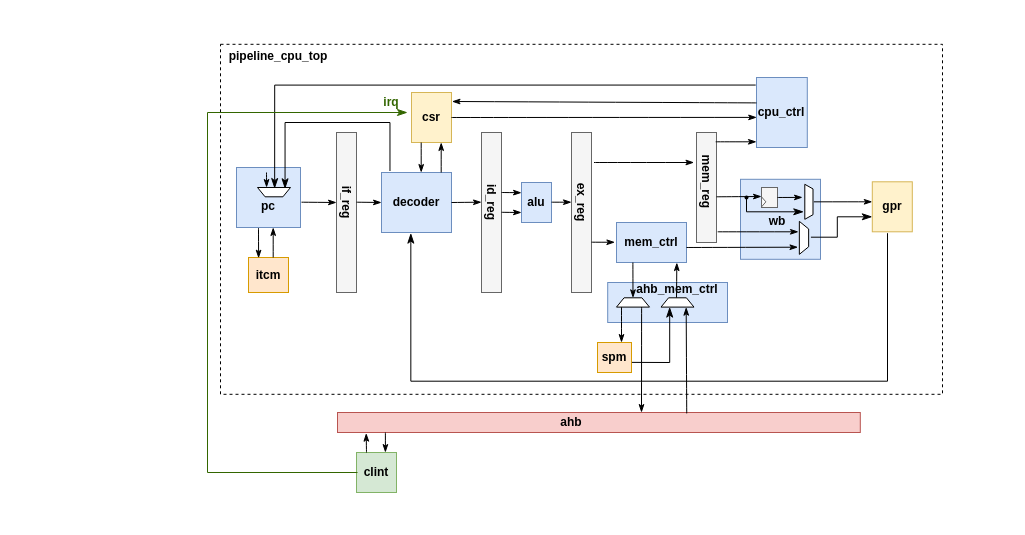
Before: notes/ahb_cpu.drawio in meosii/siiCpu, a draw.io diagram. Source tidied: cells renumbered, new cells numbered last; positions are measured from the earlier drawing's top-left corner, leaving out a move shared by most shapes. Both pictures are drawn from the tidied source at 100%, with x=0, y=0 at pixel (207, 44).
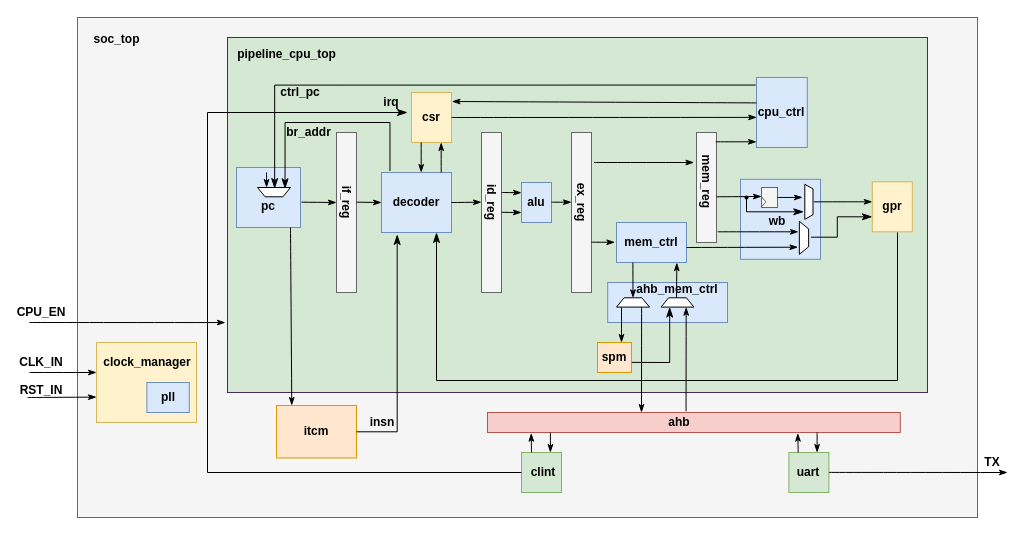
After the change.

The change refers to these unchanged cells:
```xml
<mxCell id="9" style="rounded=0;whiteSpace=wrap;html=1;fontStyle=0;fillColor=#dae8fc;strokeColor=#6c8ebf;" parent="1" vertex="1">
  <mxGeometry x="174" y="128" width="70" height="60" as="geometry" />
</mxCell>
<mxCell id="72" style="verticalLabelPosition=middle;verticalAlign=middle;html=1;shape=trapezoid;perimeter=trapezoidPerimeter;whiteSpace=wrap;size=0.23;arcSize=10;flipV=1;labelPosition=center;align=center;rotation=-180;" parent="1" vertex="1">
  <mxGeometry x="453.5" y="253.3" width="33" height="9.3" as="geometry" />
</mxCell>
```

Diff of the diagram source:
```diff
@@
+    <mxCell id="84" style="rounded=0;whiteSpace=wrap;html=1;fontStyle=0;fillColor=#f5f5f5;strokeColor=#666666;fontColor=#333333;" parent="1" vertex="1">
+      <mxGeometry x="-130" y="-27" width="900" height="500" as="geometry" />
+    </mxCell>
+    <mxCell id="85" style="rounded=0;whiteSpace=wrap;html=1;fontStyle=0;fillColor=#D5E8D4;strokeColor=#432D57;fontColor=#ffffff;" parent="1" vertex="1">
+      <mxGeometry x="20" y="-7" width="700" height="355" as="geometry" />
+    </mxCell>
     <mxCell id="2" style="rounded=0;whiteSpace=wrap;html=1;fontStyle=0;fillColor=#f8cecc;strokeColor=#b85450;" parent="1" vertex="1">
-      <mxGeometry x="130" y="368" width="522.8" height="20" as="geometry" />
+      <mxGeometry x="280" y="368" width="412.8" height="20" as="geometry" />
     </mxCell>
@@
-    <mxCell id="4" style="rounded=0;whiteSpace=wrap;html=1;shadow=0;glass=0;strokeWidth=1;dashed=1;fillColor=none;" parent="1" vertex="1">
-      <mxGeometry x="13" y="-0.2" width="722" height="350" as="geometry" />
-    </mxCell>
@@
     <mxCell id="25" value="ahb" style="text;strokeColor=none;align=center;fillColor=none;html=1;verticalAlign=middle;whiteSpace=wrap;rounded=0;fontStyle=1;" parent="1" vertex="1">
-      <mxGeometry x="334" y="368" width="60" height="20" as="geometry" />
+      <mxGeometry x="442" y="368" width="60" height="20" as="geometry" />
     </mxCell>
@@
-    <mxCell id="34" style="endArrow=classicThin;html=1;curved=1;rounded=0;endFill=1;entryX=0.237;entryY=1.014;entryDx=0;entryDy=0;entryPerimeter=0;exitX=0.668;exitY=0.045;exitDx=0;exitDy=0;exitPerimeter=0;" parent="1" edge="1" source="2" target="72">
+    <mxCell id="34" style="endArrow=classicThin;html=1;curved=1;rounded=0;endFill=1;entryX=0.237;entryY=1.014;entryDx=0;entryDy=0;entryPerimeter=0;exitX=0.481;exitY=-0.063;exitDx=0;exitDy=0;exitPerimeter=0;" parent="1" edge="1" source="2" target="72">
       <mxGeometry relative="1" as="geometry" />
     </mxCell>
@@
-    <mxCell id="61" value="irq" style="text;strokeColor=none;align=center;fillColor=none;html=1;verticalAlign=middle;whiteSpace=wrap;rounded=0;fontStyle=1;fontColor=#336600;" parent="1" vertex="1">
+    <mxCell id="61" value="&lt;font color=&quot;#000000&quot;&gt;irq&lt;/font&gt;" style="text;strokeColor=none;align=center;fillColor=none;html=1;verticalAlign=middle;whiteSpace=wrap;rounded=0;fontStyle=1;fontColor=#336600;" parent="1" vertex="1">
       <mxGeometry x="169" y="48" width="30" height="20" as="geometry" />
     </mxCell>
@@
     <mxCell id="64" style="rounded=0;whiteSpace=wrap;html=1;fontStyle=0;fillColor=#ffe6cc;strokeColor=#d79b00;" parent="1" vertex="1">
-      <mxGeometry x="41" y="213" width="40" height="35" as="geometry" />
+      <mxGeometry x="69" y="361" width="80" height="52.5" as="geometry" />
     </mxCell>
     <mxCell id="65" value="itcm" style="text;strokeColor=none;align=center;fillColor=none;html=1;verticalAlign=middle;whiteSpace=wrap;rounded=0;fontStyle=1;" parent="1" vertex="1">
-      <mxGeometry x="46" y="220.5" width="30" height="20" as="geometry" />
+      <mxGeometry x="94" y="377.2" width="30" height="20" as="geometry" />
     </mxCell>
-    <mxCell id="66" style="endArrow=classicThin;html=1;curved=1;rounded=0;endFill=1;entryX=0.029;entryY=0;entryDx=0;entryDy=0;entryPerimeter=0;" parent="1" edge="1">
+    <mxCell id="66" style="endArrow=classicThin;html=1;curved=1;rounded=0;endFill=1;entryX=0.191;entryY=-0.001;entryDx=0;entryDy=0;entryPerimeter=0;" parent="1" edge="1" target="64">
       <mxGeometry relative="1" as="geometry">
-        <mxPoint x="51" y="183.7" as="sourcePoint" />
-        <mxPoint x="51.1" y="213.7" as="targetPoint" />
+        <mxPoint x="83" y="183" as="sourcePoint" />
       </mxGeometry>
     </mxCell>
-    <mxCell id="67" style="endArrow=classicThin;html=1;curved=1;rounded=0;endFill=1;entryX=0.118;entryY=0.5;entryDx=0;entryDy=0;entryPerimeter=0;" parent="1" edge="1">
-      <mxGeometry relative="1" as="geometry">
-        <mxPoint x="65.7" y="213" as="sourcePoint" />
-        <mxPoint x="65.7" y="183" as="targetPoint" />
-      </mxGeometry>
-    </mxCell>
     <mxCell id="68" value="pipeline_cpu_top" style="text;strokeColor=none;align=center;fillColor=none;html=1;verticalAlign=middle;whiteSpace=wrap;rounded=0;fontStyle=1;" parent="1" vertex="1">
-      <mxGeometry x="41" y="2.3" width="60" height="20" as="geometry" />
+      <mxGeometry x="20" y="-2" width="119" height="24.3" as="geometry" />
     </mxCell>
@@
-    <mxCell id="78" style="edgeStyle=elbowEdgeStyle;elbow=vertical;endArrow=classicThin;html=1;curved=0;rounded=0;endSize=8;startSize=8;endFill=1;entryX=0.419;entryY=1.011;entryDx=0;entryDy=0;entryPerimeter=0;" parent="1" edge="1" target="9">
+    <mxCell id="78" style="edgeStyle=elbowEdgeStyle;elbow=vertical;endArrow=classicThin;html=1;curved=0;rounded=0;endSize=8;startSize=8;endFill=1;entryX=0.419;entryY=1.011;entryDx=0;entryDy=0;entryPerimeter=0;" parent="1" edge="1">
       <mxGeometry relative="1" as="geometry">
-        <mxPoint x="680" y="188.7" as="sourcePoint" />
+        <mxPoint x="690" y="188" as="sourcePoint" />
+        <mxPoint x="229" y="188" as="targetPoint" />
         <Array as="points">
-          <mxPoint x="240" y="336.7" />
+          <mxPoint x="265.7" y="336" />
         </Array>
       </mxGeometry>
     </mxCell>
     <mxCell id="79" style="rounded=0;whiteSpace=wrap;html=1;fontStyle=0;fillColor=#d5e8d4;strokeColor=#82b366;" parent="1" vertex="1">
-      <mxGeometry x="149" y="408" width="40" height="40" as="geometry" />
+      <mxGeometry x="314" y="408" width="40" height="40" as="geometry" />
     </mxCell>
     <mxCell id="80" value="clint" style="text;strokeColor=none;align=center;fillColor=none;html=1;verticalAlign=middle;whiteSpace=wrap;rounded=0;fontStyle=1;" parent="1" vertex="1">
-      <mxGeometry x="139" y="418" width="60" height="20" as="geometry" />
+      <mxGeometry x="314" y="418" width="44" height="20" as="geometry" />
     </mxCell>
     <mxCell id="81" style="endArrow=classicThin;html=1;curved=1;rounded=0;endFill=1;entryX=0.095;entryY=1.035;entryDx=0;entryDy=0;entryPerimeter=0;exitX=0.25;exitY=0;exitDx=0;exitDy=0;" parent="1" edge="1" source="79">
       <mxGeometry relative="1" as="geometry">
-        <mxPoint x="158.7" y="388.7" as="targetPoint" />
+        <mxPoint x="323.7" y="388.7" as="targetPoint" />
       </mxGeometry>
     </mxCell>
     <mxCell id="82" style="endArrow=classicThin;html=1;curved=1;rounded=0;endFill=1;entryX=0.5;entryY=1;entryDx=0;entryDy=0;exitX=0.25;exitY=0;exitDx=0;exitDy=0;" parent="1" edge="1">
       <mxGeometry relative="1" as="geometry">
-        <mxPoint x="177.9" y="388" as="sourcePoint" />
-        <mxPoint x="177.9" y="408" as="targetPoint" />
+        <mxPoint x="342.9" y="388" as="sourcePoint" />
+        <mxPoint x="342.9" y="408" as="targetPoint" />
       </mxGeometry>
     </mxCell>
-    <mxCell id="83" style="edgeStyle=elbowEdgeStyle;elbow=horizontal;endArrow=classicThin;html=1;curved=0;rounded=0;endSize=8;startSize=8;endFill=1;strokeColor=#336600;" parent="1" edge="1">
+    <mxCell id="83" style="edgeStyle=elbowEdgeStyle;elbow=horizontal;endArrow=classicThin;html=1;curved=0;rounded=0;endSize=8;startSize=8;endFill=1;strokeColor=#000000;" parent="1" edge="1" source="80">
       <mxGeometry relative="1" as="geometry">
-        <mxPoint x="150" y="428" as="sourcePoint" />
         <mxPoint x="200" y="68" as="targetPoint" />
         <Array as="points">
           <mxPoint y="248" />
         </Array>
       </mxGeometry>
     </mxCell>
+    <mxCell id="86" style="rounded=0;whiteSpace=wrap;html=1;fontStyle=0;fillColor=#d5e8d4;strokeColor=#82b366;" parent="1" vertex="1">
+      <mxGeometry x="581.4" y="408" width="40" height="40" as="geometry" />
+    </mxCell>
+    <mxCell id="87" style="endArrow=classicThin;html=1;curved=1;rounded=0;endFill=1;entryX=0.095;entryY=1.035;entryDx=0;entryDy=0;entryPerimeter=0;exitX=0.25;exitY=0;exitDx=0;exitDy=0;" parent="1" edge="1">
+      <mxGeometry relative="1" as="geometry">
+        <mxPoint x="590.7" y="408" as="sourcePoint" />
+        <mxPoint x="590.3" y="388.7" as="targetPoint" />
+      </mxGeometry>
+    </mxCell>
+    <mxCell id="88" style="endArrow=classicThin;html=1;curved=1;rounded=0;endFill=1;entryX=0.5;entryY=1;entryDx=0;entryDy=0;exitX=0.25;exitY=0;exitDx=0;exitDy=0;" parent="1" edge="1">
+      <mxGeometry relative="1" as="geometry">
+        <mxPoint x="609.6" y="388" as="sourcePoint" />
+        <mxPoint x="609.6" y="408" as="targetPoint" />
+      </mxGeometry>
+    </mxCell>
+    <mxCell id="89" value="uart" style="text;strokeColor=none;align=center;fillColor=none;html=1;verticalAlign=middle;whiteSpace=wrap;rounded=0;fontStyle=1;" parent="1" vertex="1">
+      <mxGeometry x="571.4" y="418" width="60" height="20" as="geometry" />
+    </mxCell>
+    <mxCell id="90" style="endArrow=classicThin;html=1;curved=1;rounded=0;endFill=1;exitX=1;exitY=0.5;exitDx=0;exitDy=0;fillColor=#e1d5e7;strokeColor=#000000;" parent="1" edge="1">
+      <mxGeometry relative="1" as="geometry">
+        <mxPoint x="621.4" y="427.9" as="sourcePoint" />
+        <mxPoint x="800" y="428" as="targetPoint" />
+      </mxGeometry>
+    </mxCell>
+    <mxCell id="91" value="TX" style="text;strokeColor=none;align=center;fillColor=none;html=1;verticalAlign=middle;whiteSpace=wrap;rounded=0;fontStyle=1;" parent="1" vertex="1">
+      <mxGeometry x="770" y="408" width="30" height="20" as="geometry" />
+    </mxCell>
+    <mxCell id="92" style="rounded=0;whiteSpace=wrap;html=1;fontStyle=0;fillColor=#fff2cc;strokeColor=#d6b656;" parent="1" vertex="1">
+      <mxGeometry x="-111" y="298" width="100" height="80" as="geometry" />
+    </mxCell>
+    <mxCell id="93" value="clock_manager" style="text;strokeColor=none;align=center;fillColor=none;html=1;verticalAlign=middle;whiteSpace=wrap;rounded=0;fontStyle=1;" parent="1" vertex="1">
+      <mxGeometry x="-100.6" y="303" width="82.3" height="30" as="geometry" />
+    </mxCell>
+    <mxCell id="94" style="edgeStyle=segmentEdgeStyle;endArrow=classicThin;html=1;curved=0;rounded=0;endSize=8;startSize=8;entryX=0.224;entryY=1.033;entryDx=0;entryDy=0;entryPerimeter=0;endFill=1;" parent="1" edge="1" source="64" target="9">
+      <mxGeometry relative="1" as="geometry" />
+    </mxCell>
+    <mxCell id="95" value="&lt;font color=&quot;#000000&quot;&gt;insn&lt;/font&gt;" style="text;strokeColor=none;align=center;fillColor=none;html=1;verticalAlign=middle;whiteSpace=wrap;rounded=0;fontStyle=1;fontColor=#336600;" parent="1" vertex="1">
+      <mxGeometry x="160" y="368" width="30" height="20" as="geometry" />
+    </mxCell>
+    <mxCell id="96" value="&lt;font color=&quot;#000000&quot;&gt;br_addr&lt;/font&gt;" style="text;strokeColor=none;align=center;fillColor=none;html=1;verticalAlign=middle;whiteSpace=wrap;rounded=0;fontStyle=1;fontColor=#336600;" parent="1" vertex="1">
+      <mxGeometry x="83" y="78" width="37" height="20" as="geometry" />
+    </mxCell>
+    <mxCell id="97" value="&lt;font color=&quot;#000000&quot;&gt;ctrl_pc&lt;/font&gt;" style="text;strokeColor=none;align=center;fillColor=none;html=1;verticalAlign=middle;whiteSpace=wrap;rounded=0;fontStyle=1;fontColor=#336600;" parent="1" vertex="1">
+      <mxGeometry x="76" y="38" width="34" height="20" as="geometry" />
+    </mxCell>
+    <mxCell id="98" style="endArrow=classicThin;html=1;curved=1;rounded=0;endFill=1;exitX=0.25;exitY=1;exitDx=0;exitDy=0;fillColor=#e1d5e7;strokeColor=#000000;" parent="1" edge="1" source="102">
+      <mxGeometry relative="1" as="geometry">
+        <mxPoint x="-111" y="328" as="targetPoint" />
+      </mxGeometry>
+    </mxCell>
+    <mxCell id="99" style="rounded=0;whiteSpace=wrap;html=1;fontStyle=0;fillColor=#dae8fc;strokeColor=#6c8ebf;" parent="1" vertex="1">
+      <mxGeometry x="-60.6" y="338" width="42.4" height="30" as="geometry" />
+    </mxCell>
+    <mxCell id="100" value="pll" style="text;strokeColor=none;align=center;fillColor=none;html=1;verticalAlign=middle;whiteSpace=wrap;rounded=0;fontStyle=1;" parent="1" vertex="1">
+      <mxGeometry x="-54.5" y="343" width="30" height="20" as="geometry" />
+    </mxCell>
+    <mxCell id="101" style="endArrow=classicThin;html=1;curved=1;rounded=0;endFill=1;fillColor=#e1d5e7;strokeColor=#000000;" parent="1" edge="1">
+      <mxGeometry relative="1" as="geometry">
+        <mxPoint x="-180" y="353" as="sourcePoint" />
+        <mxPoint x="-111" y="352.6" as="targetPoint" />
+      </mxGeometry>
+    </mxCell>
+    <mxCell id="102" value="CLK_IN" style="text;strokeColor=none;align=center;fillColor=none;html=1;verticalAlign=middle;whiteSpace=wrap;rounded=0;fontStyle=1;" parent="1" vertex="1">
+      <mxGeometry x="-190.6" y="308" width="50" height="20" as="geometry" />
+    </mxCell>
+    <mxCell id="103" value="RST_IN" style="text;strokeColor=none;align=center;fillColor=none;html=1;verticalAlign=middle;whiteSpace=wrap;rounded=0;fontStyle=1;" parent="1" vertex="1">
+      <mxGeometry x="-190.6" y="333" width="50" height="25" as="geometry" />
+    </mxCell>
+    <mxCell id="104" value="soc_top" style="text;strokeColor=none;align=center;fillColor=none;html=1;verticalAlign=middle;whiteSpace=wrap;rounded=0;fontStyle=1;" parent="1" vertex="1">
+      <mxGeometry x="-150" y="-17" width="119" height="24.3" as="geometry" />
+    </mxCell>
+    <mxCell id="105" style="endArrow=classicThin;html=1;curved=1;rounded=0;endFill=1;exitX=0.25;exitY=1;exitDx=0;exitDy=0;fillColor=#e1d5e7;strokeColor=#000000;entryX=-0.003;entryY=0.803;entryDx=0;entryDy=0;entryPerimeter=0;" parent="1" edge="1" source="106" target="85">
+      <mxGeometry relative="1" as="geometry" />
+    </mxCell>
+    <mxCell id="106" value="CPU_EN" style="text;strokeColor=none;align=center;fillColor=none;html=1;verticalAlign=middle;whiteSpace=wrap;rounded=0;fontStyle=1;" parent="1" vertex="1">
+      <mxGeometry x="-190.6" y="258" width="50" height="20" as="geometry" />
+    </mxCell>
```
